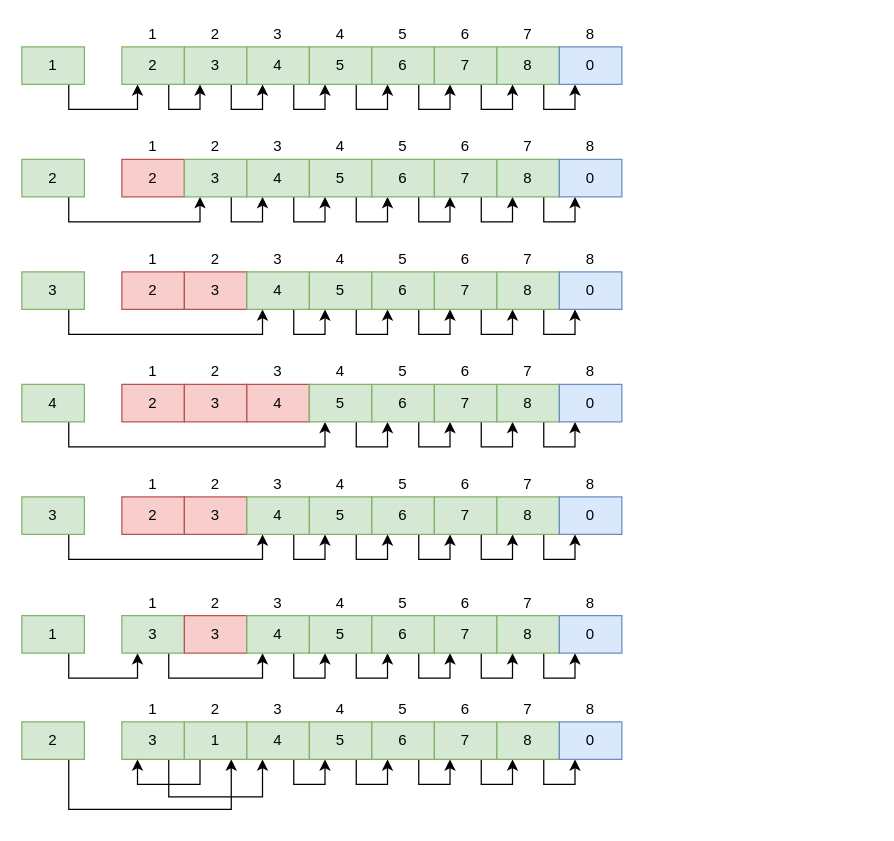
The draw.io diagram page "Index pool" (1 of 3) of images/Index pool.drawio in DanEngelbrecht/DanEngelbrecht.github.io, before the edit. Source tidied: cells renumbered, new cells numbered last; positions are measured from the earlier drawing's top-left corner, leaving out a move shared by most shapes. Both pictures are drawn from the tidied source at 125%, with x=0, y=0 at pixel (21, 21).
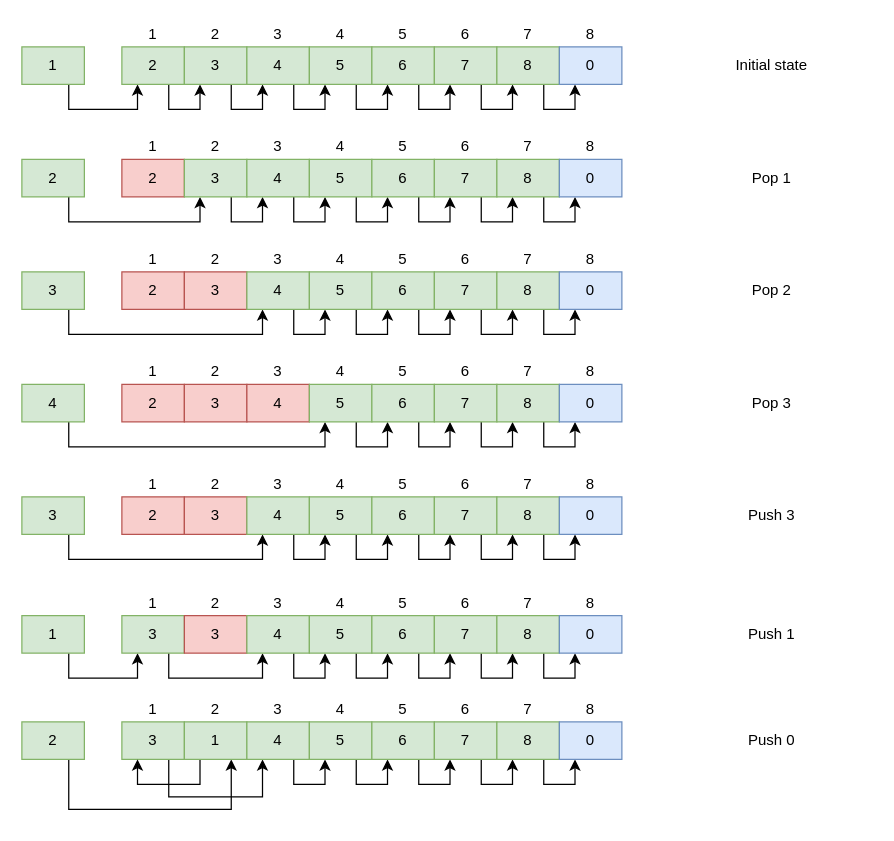
The same page after the edit.

Change to the diagram source:
```diff
@@
+    <mxCell id="168" value="Initial state" style="text;html=1;strokeColor=none;fillColor=none;align=center;verticalAlign=middle;whiteSpace=wrap;rounded=0;" parent="1" vertex="1">
+      <mxGeometry x="520" y="25" width="160" height="20" as="geometry" />
+    </mxCell>
+    <mxCell id="169" value="Pop 1" style="text;html=1;strokeColor=none;fillColor=none;align=center;verticalAlign=middle;whiteSpace=wrap;rounded=0;" parent="1" vertex="1">
+      <mxGeometry x="520" y="115" width="160" height="20" as="geometry" />
+    </mxCell>
+    <mxCell id="170" value="Pop 2" style="text;html=1;strokeColor=none;fillColor=none;align=center;verticalAlign=middle;whiteSpace=wrap;rounded=0;" parent="1" vertex="1">
+      <mxGeometry x="520" y="205" width="160" height="20" as="geometry" />
+    </mxCell>
+    <mxCell id="171" value="Pop 3" style="text;html=1;strokeColor=none;fillColor=none;align=center;verticalAlign=middle;whiteSpace=wrap;rounded=0;" parent="1" vertex="1">
+      <mxGeometry x="520" y="295" width="160" height="20" as="geometry" />
+    </mxCell>
+    <mxCell id="172" value="Push 3" style="text;html=1;strokeColor=none;fillColor=none;align=center;verticalAlign=middle;whiteSpace=wrap;rounded=0;" parent="1" vertex="1">
+      <mxGeometry x="520" y="385" width="160" height="20" as="geometry" />
+    </mxCell>
+    <mxCell id="173" value="&lt;div&gt;Push 1&lt;/div&gt;" style="text;html=1;strokeColor=none;fillColor=none;align=center;verticalAlign=middle;whiteSpace=wrap;rounded=0;" parent="1" vertex="1">
+      <mxGeometry x="520" y="480" width="160" height="20" as="geometry" />
+    </mxCell>
+    <mxCell id="174" value="&lt;div&gt;Push 0&lt;br&gt;&lt;/div&gt;" style="text;html=1;strokeColor=none;fillColor=none;align=center;verticalAlign=middle;whiteSpace=wrap;rounded=0;" parent="1" vertex="1">
+      <mxGeometry x="520" y="565" width="160" height="20" as="geometry" />
+    </mxCell>
```
